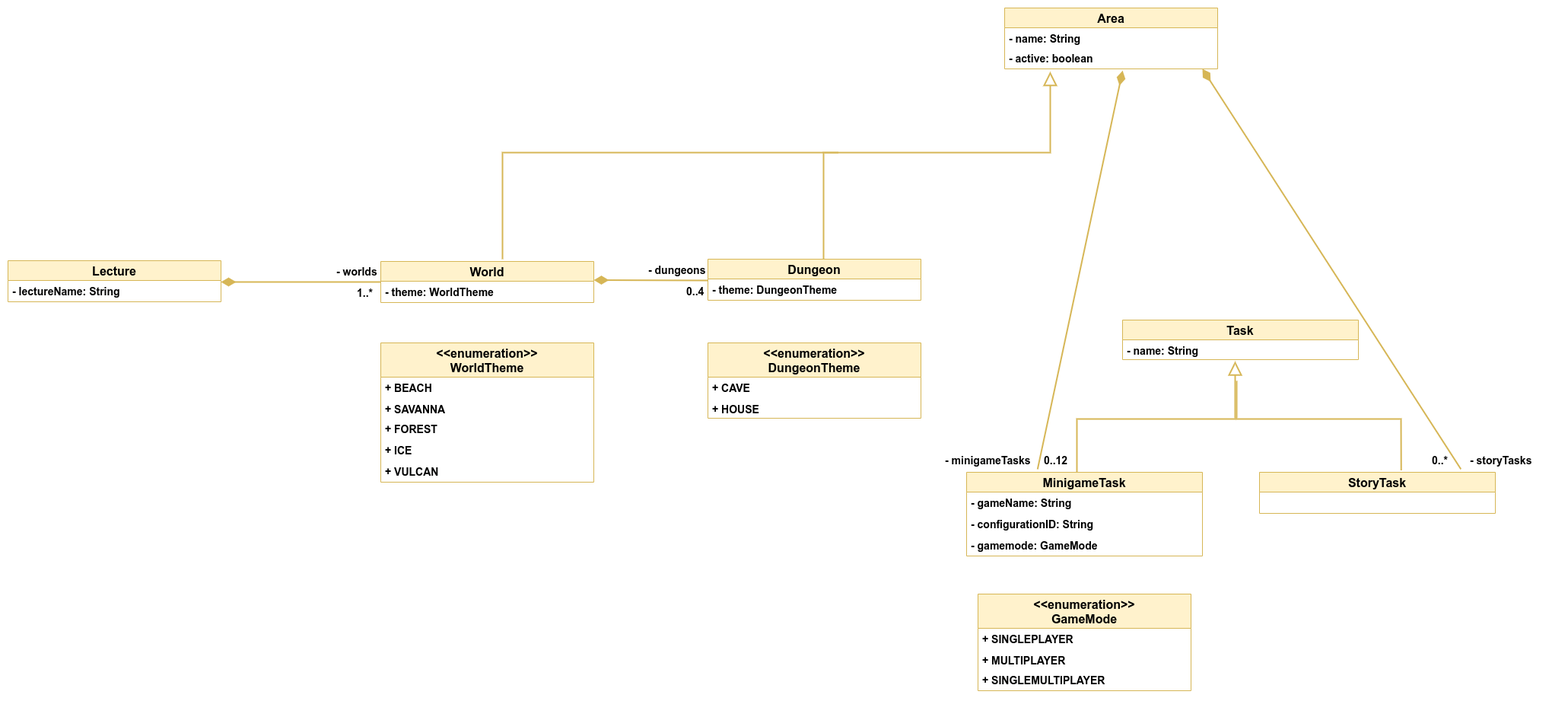
Earlier version of the draw.io export dev-manuals/services/overworld/class-diagram/overworld-class-diagram.png (Gamify-IT/docs). Source tidied: cells renumbered, new cells last; positions are measured from the earlier drawing's top-left corner, leaving out a move shared by most shapes.
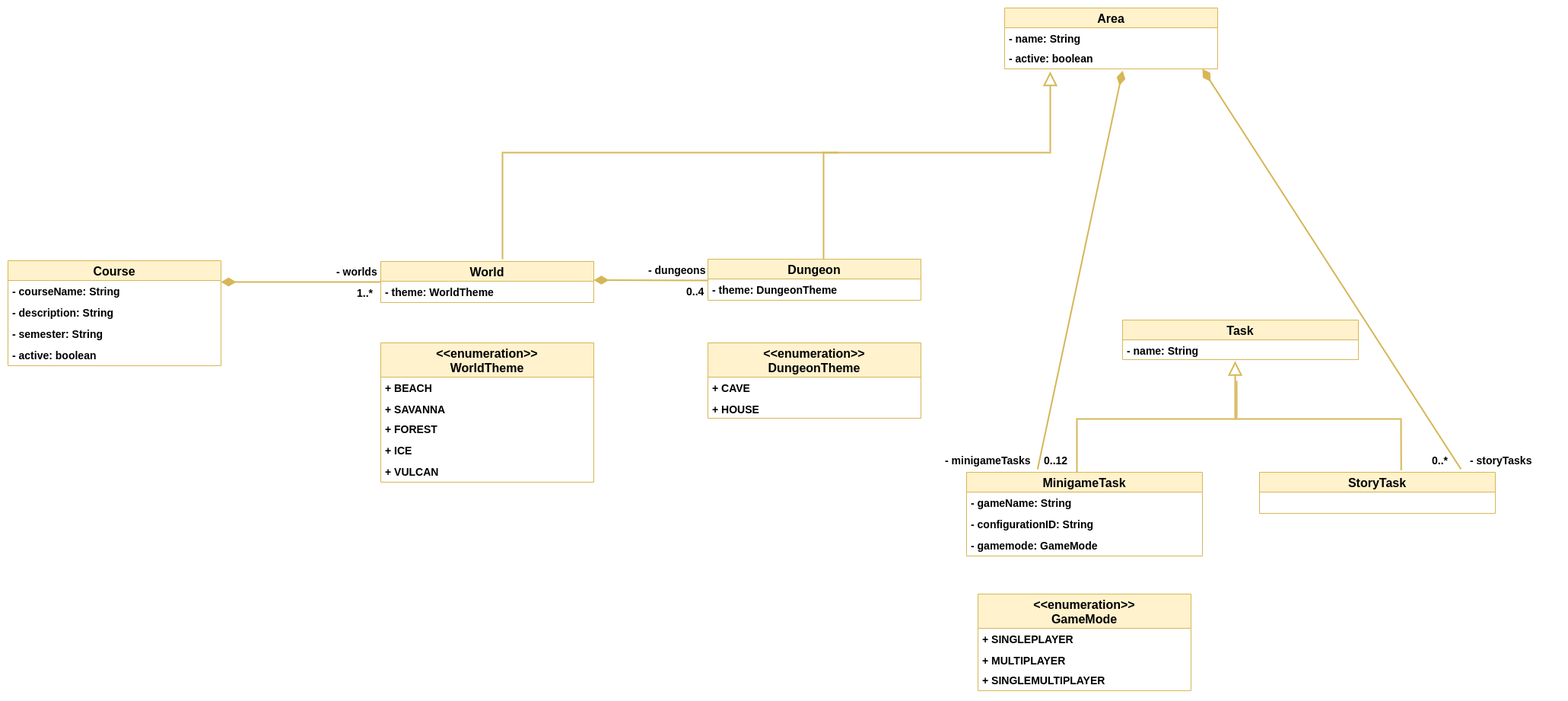
After the commit.

Commit message:
change lecture to course (#118)

The edit, as a diff of the source:
```diff
@@ -2,12 +2,21 @@
   <root>
     <mxCell id="0" />
     <mxCell id="1" parent="0" />
-    <mxCell id="2" value="Lecture" style="swimlane;fontStyle=1;horizontal=1;startSize=26;fillColor=#fff2cc;strokeColor=#d6b656;fontSize=16;" parent="1" vertex="1">
-      <mxGeometry y="332" width="280" height="54" as="geometry" />
+    <mxCell id="2" value="Course" style="swimlane;fontStyle=1;horizontal=1;startSize=26;fillColor=#fff2cc;strokeColor=#d6b656;fontSize=16;" parent="1" vertex="1">
+      <mxGeometry y="332" width="280" height="138" as="geometry" />
     </mxCell>
-    <mxCell id="3" value="- lectureName: String" style="text;strokeColor=none;fillColor=none;align=left;verticalAlign=top;spacingLeft=4;spacingRight=4;overflow=hidden;fontStyle=1;fontSize=14;" parent="2" vertex="1">
+    <mxCell id="3" value="- courseName: String" style="text;strokeColor=none;fillColor=none;align=left;verticalAlign=top;spacingLeft=4;spacingRight=4;overflow=hidden;fontStyle=1;fontSize=14;" parent="2" vertex="1">
       <mxGeometry y="26" width="280" height="28" as="geometry" />
     </mxCell>
+    <mxCell id="48" value="- description: String" style="text;strokeColor=none;fillColor=none;align=left;verticalAlign=top;spacingLeft=4;spacingRight=4;overflow=hidden;fontStyle=1;fontSize=14;" parent="2" vertex="1">
+      <mxGeometry y="54" width="280" height="28" as="geometry" />
+    </mxCell>
+    <mxCell id="49" value="- semester: String" style="text;strokeColor=none;fillColor=none;align=left;verticalAlign=top;spacingLeft=4;spacingRight=4;overflow=hidden;fontStyle=1;fontSize=14;" parent="2" vertex="1">
+      <mxGeometry y="82" width="280" height="28" as="geometry" />
+    </mxCell>
+    <mxCell id="50" value="- active: boolean" style="text;strokeColor=none;fillColor=none;align=left;verticalAlign=top;spacingLeft=4;spacingRight=4;overflow=hidden;fontStyle=1;fontSize=14;" parent="2" vertex="1">
+      <mxGeometry y="110" width="280" height="28" as="geometry" />
+    </mxCell>
     <mxCell id="4" value="World" style="swimlane;fontStyle=1;horizontal=1;startSize=26;fillColor=#fff2cc;strokeColor=#d6b656;fontSize=16;" parent="1" vertex="1">
       <mxGeometry x="490" y="333" width="280" height="54" as="geometry" />
     </mxCell>
```
